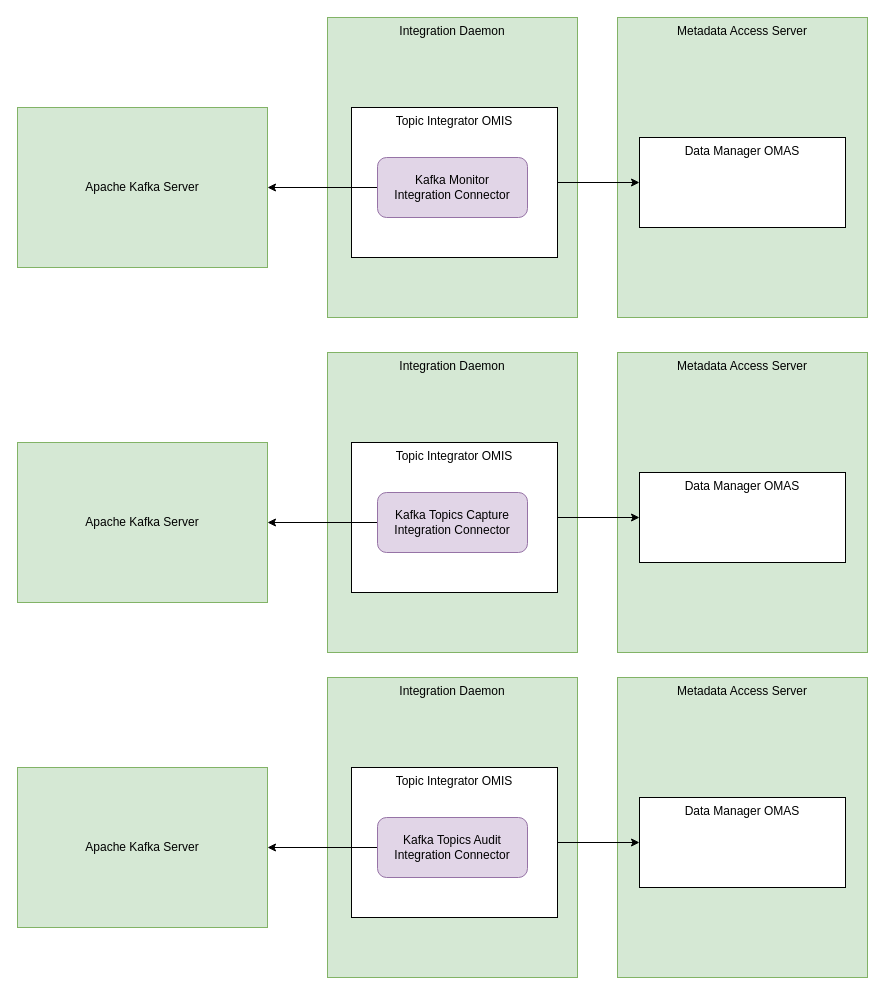
odpi/egeria-docs keeps this draw.io diagram as page "kafka-integration-connectors" (5 of 20) of site/docs/connectors/connector-catalog.drawio. Above is the earlier version. Source tidied: cells renumbered, new cells numbered last; positions are measured from the earlier drawing's top-left corner, leaving out a move shared by most shapes. Both pictures are drawn from the tidied source at 100%, with x=0, y=0 at pixel (17, 17).
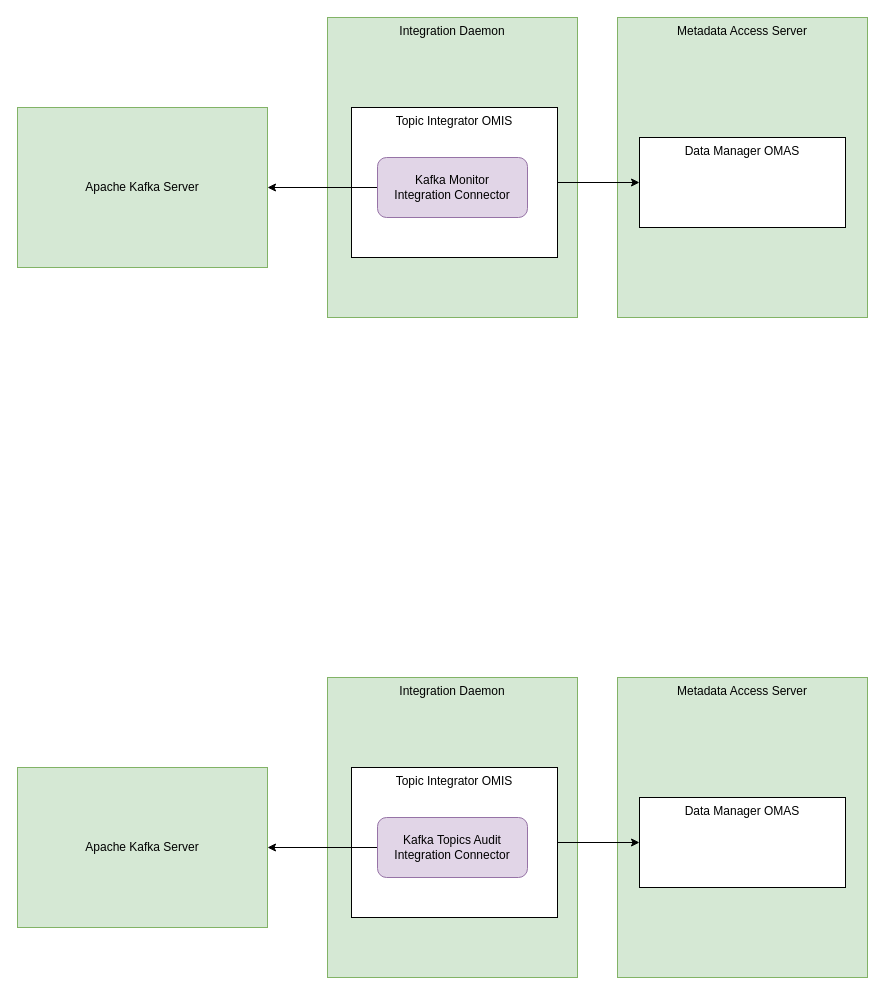
After the change.

Diff of the diagram source:
```diff
@@
-    <mxCell id="10" value="Integration Daemon" style="rounded=0;whiteSpace=wrap;html=1;verticalAlign=top;fillColor=#d5e8d4;strokeColor=#82b366;" parent="1" vertex="1">
-      <mxGeometry x="310" y="335" width="250" height="300" as="geometry" />
-    </mxCell>
-    <mxCell id="11" value="Topic Integrator OMIS" style="rounded=0;whiteSpace=wrap;html=1;verticalAlign=top;" parent="1" vertex="1">
-      <mxGeometry x="334" y="425" width="206" height="150" as="geometry" />
-    </mxCell>
-    <mxCell id="12" style="edgeStyle=orthogonalEdgeStyle;rounded=0;jettySize=auto;html=1;exitX=0;exitY=0.5;exitDx=0;exitDy=0;" parent="1" edge="1" source="13">
-      <mxGeometry relative="1" as="geometry">
-        <mxPoint x="250" y="505" as="targetPoint" />
-      </mxGeometry>
-    </mxCell>
-    <mxCell id="13" value="Kafka Topics Capture&lt;br&gt;Integration Connector" style="rounded=1;whiteSpace=wrap;html=1;fillColor=#e1d5e7;strokeColor=#9673a6;" parent="1" vertex="1">
-      <mxGeometry x="360" y="475" width="150" height="60" as="geometry" />
-    </mxCell>
-    <mxCell id="14" value="Metadata Access Server" style="rounded=0;whiteSpace=wrap;html=1;verticalAlign=top;fillColor=#d5e8d4;strokeColor=#82b366;" parent="1" vertex="1">
-      <mxGeometry x="600" y="335" width="250" height="300" as="geometry" />
-    </mxCell>
-    <mxCell id="15" value="Data Manager OMAS" style="rounded=0;whiteSpace=wrap;html=1;verticalAlign=top;" parent="1" vertex="1">
-      <mxGeometry x="622" y="455" width="206" height="90" as="geometry" />
-    </mxCell>
-    <mxCell id="16" style="edgeStyle=orthogonalEdgeStyle;rounded=0;jettySize=auto;html=1;entryX=0;entryY=0.5;entryDx=0;entryDy=0;" parent="1" edge="1" source="11" target="15">
-      <mxGeometry relative="1" as="geometry" />
-    </mxCell>
-    <mxCell id="17" value="Apache Kafka Server" style="rounded=0;whiteSpace=wrap;html=1;verticalAlign=middle;fillColor=#d5e8d4;strokeColor=#82b366;" parent="1" vertex="1">
-      <mxGeometry y="425" width="250" height="160" as="geometry" />
-    </mxCell>
```
